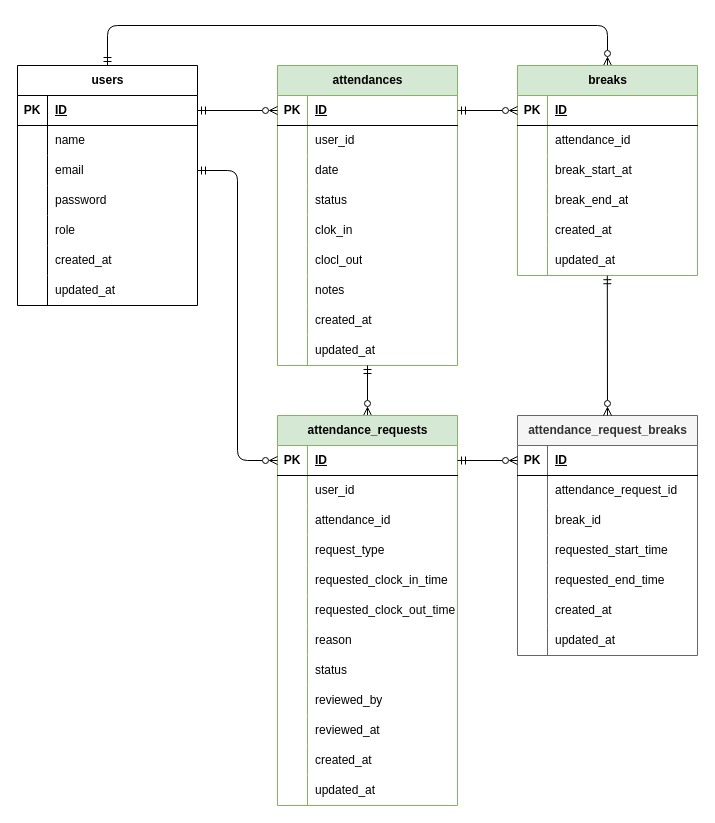
The draw.io diagram docs/er.drawio in tommy311111/work-attendance-app, before the edit. Source tidied: cells renumbered, new cells numbered last; positions are measured from the earlier drawing's top-left corner, leaving out a move shared by most shapes. Both pictures are drawn from the tidied source at 100%, with x=0, y=0 at pixel (17, 25).
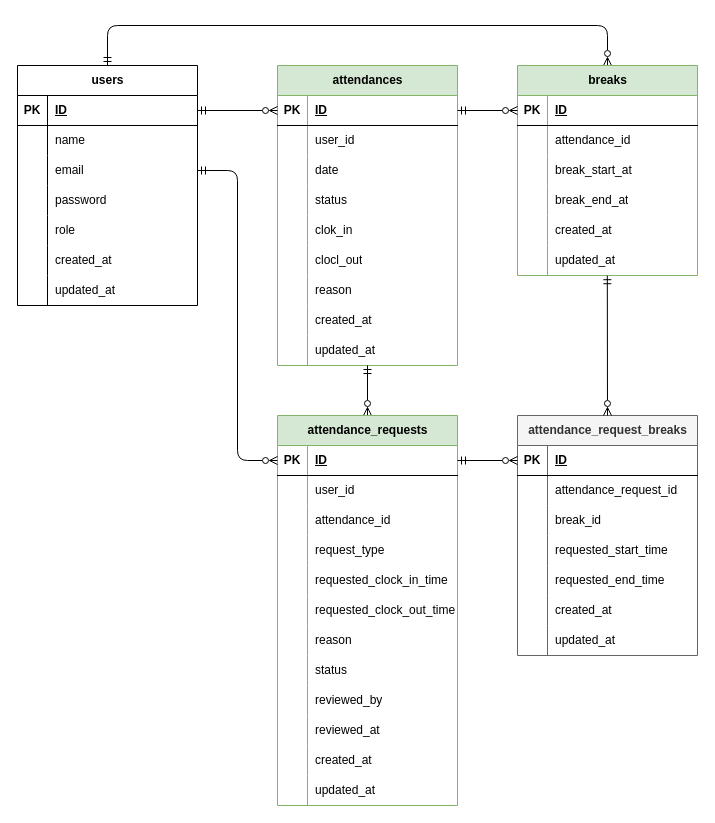
The same page after the edit.

The change refers to these unchanged cells:
```xml
<mxCell id="44" style="shape=tableRow;horizontal=0;startSize=0;swimlaneHead=0;swimlaneBody=0;fillColor=none;top=0;left=0;right=0;bottom=0;" parent="25" vertex="1">
  <mxGeometry y="210" width="180" height="30" as="geometry" />
</mxCell>
```

Change to the diagram source:
```diff
@@
-    <mxCell id="46" value="notes" style="shape=partialRectangle;fillColor=none;top=0;left=0;bottom=0;right=0;align=left;spacingLeft=6;overflow=hidden;whiteSpace=wrap;html=1;" parent="44" vertex="1">
+    <mxCell id="46" value="reason" style="shape=partialRectangle;fillColor=none;top=0;left=0;bottom=0;right=0;align=left;spacingLeft=6;overflow=hidden;whiteSpace=wrap;html=1;" parent="44" vertex="1">
       <mxGeometry x="30" width="150" height="30" as="geometry" />
     </mxCell>
```
